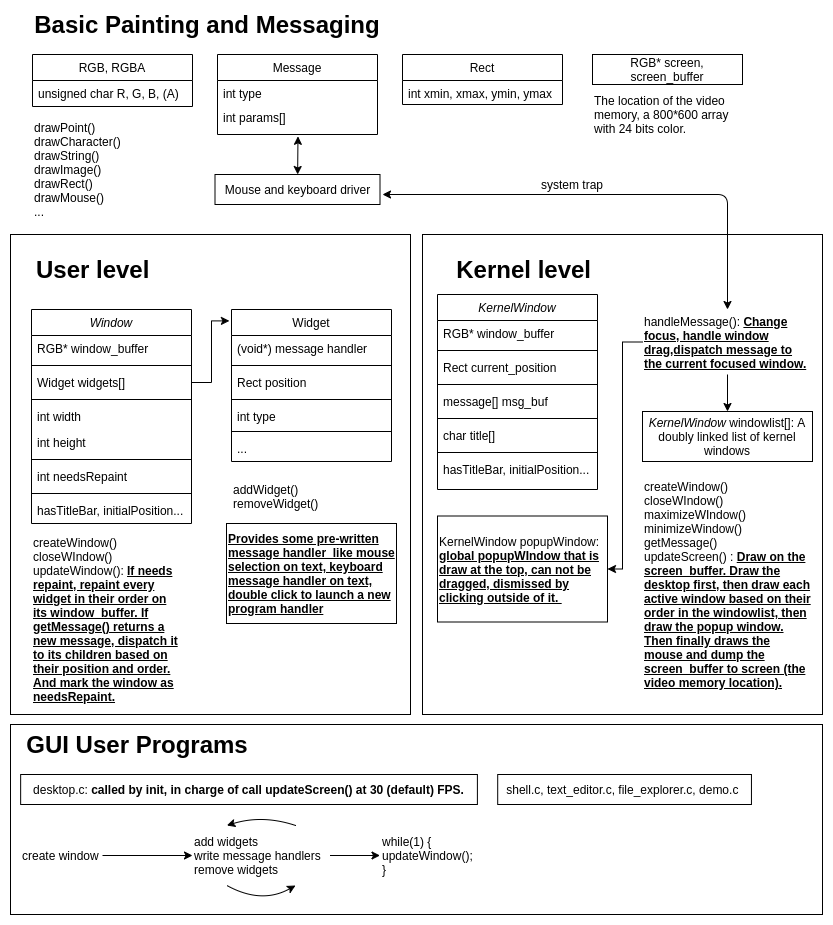
This is xv6_gui_architecture.png from jinyanghk/xv6-gui, a draw.io export, as it was before one commit. Source tidied: cells renumbered, new cells last; positions are measured from the earlier drawing's top-left corner, leaving out a move shared by most shapes.
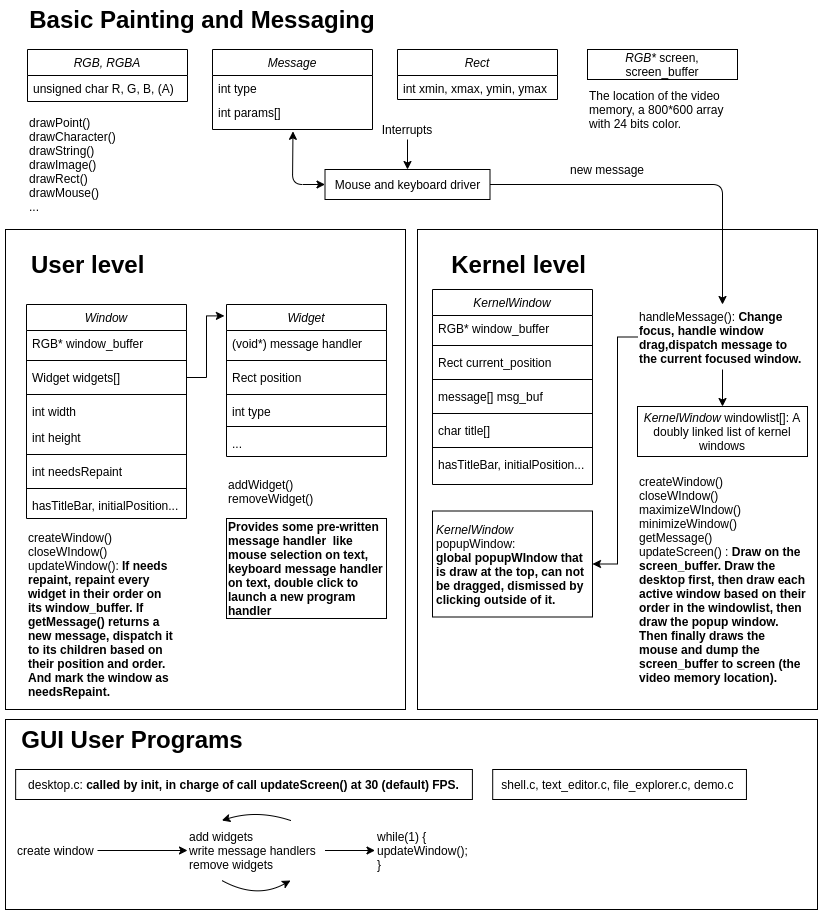
After the commit.

Diff of the diagram source:
```diff
@@ -11,13 +11,13 @@
     <mxCell id="4" value="&lt;font style=&quot;font-size: 24px&quot;&gt;&lt;b&gt;Kernel level&amp;nbsp;&lt;/b&gt;&lt;/font&gt;" style="text;html=1;strokeColor=none;fillColor=none;align=center;verticalAlign=middle;whiteSpace=wrap;rounded=0;" parent="1" vertex="1">
       <mxGeometry x="442" y="245" width="150" height="20" as="geometry" />
     </mxCell>
-    <mxCell id="5" value="RGB* screen, screen_buffer" style="rounded=0;whiteSpace=wrap;html=1;" parent="1" vertex="1">
+    <mxCell id="5" value="&lt;i&gt;RGB*&lt;/i&gt; screen, screen_buffer" style="rounded=0;whiteSpace=wrap;html=1;" parent="1" vertex="1">
       <mxGeometry x="582" y="40" width="150" height="30" as="geometry" />
     </mxCell>
     <mxCell id="6" value="&lt;font style=&quot;font-size: 24px&quot;&gt;&lt;b&gt;Basic Painting and Messaging&lt;/b&gt;&lt;/font&gt;" style="text;html=1;strokeColor=none;fillColor=none;align=center;verticalAlign=middle;whiteSpace=wrap;rounded=0;" parent="1" vertex="1">
       <mxGeometry x="12" width="370" height="20" as="geometry" />
     </mxCell>
-    <mxCell id="7" value="RGB, RGBA" style="swimlane;fontStyle=0;align=center;verticalAlign=top;horizontal=1;startSize=26;rounded=0;shadow=0;strokeWidth=1;" parent="1" vertex="1">
+    <mxCell id="7" value="RGB, RGBA" style="swimlane;fontStyle=2;align=center;verticalAlign=top;horizontal=1;startSize=26;rounded=0;shadow=0;strokeWidth=1;" parent="1" vertex="1">
       <mxGeometry x="22" y="40" width="160" height="52" as="geometry" />
     </mxCell>
     <mxCell id="8" value="unsigned char R, G, B, (A)" style="text;align=left;verticalAlign=top;spacingLeft=4;spacingRight=4;overflow=hidden;" parent="7" vertex="1">
@@ -26,7 +26,7 @@
     <mxCell id="9" value="&lt;font&gt;drawPoint()&lt;br&gt;drawCharacter()&lt;br&gt;drawString()&lt;br&gt;drawImage()&lt;br&gt;drawRect()&lt;br&gt;drawMouse()&lt;br&gt;...&lt;br&gt;&lt;/font&gt;" style="text;html=1;strokeColor=none;fillColor=none;align=left;verticalAlign=middle;whiteSpace=wrap;rounded=0;" parent="1" vertex="1">
       <mxGeometry x="22" y="100" width="130" height="110" as="geometry" />
     </mxCell>
-    <mxCell id="10" value="Message" style="swimlane;fontStyle=0;align=center;verticalAlign=top;horizontal=1;startSize=26;rounded=0;shadow=0;strokeWidth=1;" parent="1" vertex="1">
+    <mxCell id="10" value="Message" style="swimlane;fontStyle=2;align=center;verticalAlign=top;horizontal=1;startSize=26;rounded=0;shadow=0;strokeWidth=1;" parent="1" vertex="1">
       <mxGeometry x="207" y="40" width="160" height="80" as="geometry" />
     </mxCell>
     <mxCell id="11" value="int type" style="text;align=left;verticalAlign=top;spacingLeft=4;spacingRight=4;overflow=hidden;" parent="10" vertex="1">
@@ -35,17 +35,18 @@
     <mxCell id="12" value="int params[]" style="text;align=left;verticalAlign=top;spacingLeft=4;spacingRight=4;overflow=hidden;points=[[0,0.5],[1,0.5]];portConstraint=eastwest;" parent="10" vertex="1">
       <mxGeometry y="50" width="160" height="30" as="geometry" />
     </mxCell>
-    <mxCell id="13" value="Rect" style="swimlane;fontStyle=0;align=center;verticalAlign=top;horizontal=1;startSize=26;rounded=0;shadow=0;strokeWidth=1;" parent="1" vertex="1">
+    <mxCell id="13" value="Rect" style="swimlane;fontStyle=2;align=center;verticalAlign=top;horizontal=1;startSize=26;rounded=0;shadow=0;strokeWidth=1;" parent="1" vertex="1">
       <mxGeometry x="392" y="40" width="160" height="50" as="geometry" />
     </mxCell>
     <mxCell id="14" value="int xmin, xmax, ymin, ymax" style="text;align=left;verticalAlign=top;spacingLeft=4;spacingRight=4;overflow=hidden;" parent="13" vertex="1">
       <mxGeometry y="26" width="160" height="24" as="geometry" />
     </mxCell>
-    <mxCell id="15" value="Mouse and keyboard driver" style="rounded=0;whiteSpace=wrap;html=1;" parent="1" vertex="1">
-      <mxGeometry x="204.5" y="160" width="165" height="30" as="geometry" />
-    </mxCell>
     <mxCell id="16" style="endArrow=classic;startArrow=classic;html=1;entryX=0.503;entryY=1.061;entryDx=0;entryDy=0;entryPerimeter=0;" parent="1" edge="1" source="15" target="12">
-      <mxGeometry relative="1" as="geometry" />
+      <mxGeometry relative="1" as="geometry">
+        <Array as="points">
+          <mxPoint x="287" y="175" />
+        </Array>
+      </mxGeometry>
     </mxCell>
     <mxCell id="17" value="The location of the video memory, a 800*600 array with 24 bits color." style="text;html=1;strokeColor=none;fillColor=none;align=left;verticalAlign=middle;whiteSpace=wrap;rounded=0;" parent="1" vertex="1">
       <mxGeometry x="582" y="70" width="150" height="60" as="geometry" />
@@ -64,22 +65,19 @@
         </Array>
       </mxGeometry>
     </mxCell>
-    <mxCell id="21" value="&lt;div&gt;handleMessage(): &lt;b&gt;&lt;u&gt;C&lt;/u&gt;&lt;/b&gt;&lt;b&gt;&lt;u&gt;hange focus, handle window drag,dispatch message to the current focused window.&lt;/u&gt;&lt;/b&gt;&lt;/div&gt;" style="text;html=1;strokeColor=none;fillColor=none;align=left;verticalAlign=middle;whiteSpace=wrap;rounded=0;" parent="1" vertex="1">
+    <mxCell id="21" value="&lt;div&gt;handleMessage(): &lt;b&gt;C&lt;/b&gt;&lt;b&gt;hange focus, handle window drag,dispatch message to the current focused window.&lt;/b&gt;&lt;/div&gt;" style="text;html=1;strokeColor=none;fillColor=none;align=left;verticalAlign=middle;whiteSpace=wrap;rounded=0;" parent="1" vertex="1">
       <mxGeometry x="632" y="295" width="170" height="65" as="geometry" />
     </mxCell>
-    <mxCell id="22" style="endArrow=classic;startArrow=classic;html=1;exitX=0.5;exitY=0;exitDx=0;exitDy=0;" parent="1" edge="1" source="21">
+    <mxCell id="22" style="endArrow=classic;startArrow=classic;html=1;exitX=0.5;exitY=0;exitDx=0;exitDy=0;" parent="1" edge="1" source="15">
       <mxGeometry relative="1" as="geometry">
         <mxPoint x="372" y="180" as="targetPoint" />
-        <Array as="points">
-          <mxPoint x="717" y="180" />
-        </Array>
       </mxGeometry>
     </mxCell>
-    <mxCell id="23" value="&lt;font&gt;&lt;font style=&quot;font-size: 12px&quot;&gt;createWindow()&lt;br&gt;closeWIndow()&lt;br&gt;maximizeWIndow()&lt;br&gt;&lt;/font&gt;minimizeWindow()&lt;br&gt;getMessage()&lt;br&gt;updateScreen() : &lt;b&gt;&lt;u&gt;Draw on the screen_buffer. Draw the desktop first, then draw each active window based on their order in the windowlist, then draw the popup window. Then finally draws the mouse and dump the screen_buffer to screen (the video memory location).&lt;/u&gt;&lt;/b&gt;&lt;br&gt;&lt;/font&gt;" style="text;html=1;strokeColor=none;fillColor=none;align=left;verticalAlign=middle;whiteSpace=wrap;rounded=0;" parent="1" vertex="1">
+    <mxCell id="23" value="&lt;font&gt;&lt;font style=&quot;font-size: 12px&quot;&gt;createWindow()&lt;br&gt;closeWIndow()&lt;br&gt;maximizeWIndow()&lt;br&gt;&lt;/font&gt;minimizeWindow()&lt;br&gt;getMessage()&lt;br&gt;updateScreen() : &lt;b&gt;Draw on the screen_buffer. Draw the desktop first, then draw each active window based on their order in the windowlist, then draw the popup window. Then finally draws the mouse and dump the screen_buffer to screen (the video memory location).&lt;/b&gt;&lt;br&gt;&lt;/font&gt;" style="text;html=1;strokeColor=none;fillColor=none;align=left;verticalAlign=middle;whiteSpace=wrap;rounded=0;" parent="1" vertex="1">
       <mxGeometry x="632" y="460" width="170" height="220" as="geometry" />
     </mxCell>
-    <mxCell id="24" value="KernelWindow popupWindow:&lt;br&gt;&lt;b&gt;&lt;u&gt;global popupWIndow that is draw at the top, can not be dragged, dismissed by clicking outside of it.&amp;nbsp;&lt;/u&gt;&lt;/b&gt;" style="rounded=0;whiteSpace=wrap;html=1;align=left;" parent="1" vertex="1">
-      <mxGeometry x="427" y="501.5" width="170" height="106" as="geometry" />
+    <mxCell id="24" value="&lt;i&gt;KernelWindow&lt;/i&gt; popupWindow:&lt;br&gt;&lt;b&gt;global popupWIndow that is draw at the top, can not be dragged, dismissed by clicking outside of it.&amp;nbsp;&lt;/b&gt;" style="rounded=0;whiteSpace=wrap;html=1;align=left;spacingLeft=2;" parent="1" vertex="1">
+      <mxGeometry x="427" y="501.5" width="160" height="106" as="geometry" />
     </mxCell>
     <mxCell id="25" value="KernelWindow" style="swimlane;fontStyle=2;align=center;verticalAlign=top;horizontal=1;startSize=26;rounded=0;shadow=0;strokeWidth=1;" parent="1" vertex="1">
       <mxGeometry x="427" y="280" width="160" height="195" as="geometry" />
@@ -120,7 +118,7 @@
     <mxCell id="37" value="&lt;font style=&quot;font-size: 24px&quot;&gt;&lt;b&gt;User level&amp;nbsp;&lt;/b&gt;&lt;/font&gt;" style="text;html=1;strokeColor=none;fillColor=none;align=center;verticalAlign=middle;whiteSpace=wrap;rounded=0;" parent="35" vertex="1">
       <mxGeometry x="11" y="25" width="150" height="20" as="geometry" />
     </mxCell>
-    <mxCell id="38" value="&lt;font&gt;&lt;font style=&quot;font-size: 12px&quot;&gt;createWindow()&lt;br&gt;closeWIndow()&lt;br&gt;updateWindow(): &lt;u&gt;&lt;b&gt;If needs repaint, repaint every widget in their order on its window_buffer. If getMessage() returns a new message, dispatch it to its children based on their position and order. And mark the window as needsRepaint.&lt;/b&gt;&lt;/u&gt;&lt;/font&gt;&lt;br&gt;&lt;/font&gt;" style="text;html=1;strokeColor=none;fillColor=none;align=left;verticalAlign=middle;whiteSpace=wrap;rounded=0;" parent="35" vertex="1">
+    <mxCell id="38" value="&lt;font&gt;&lt;font style=&quot;font-size: 12px&quot;&gt;createWindow()&lt;br&gt;closeWIndow()&lt;br&gt;&lt;div&gt;&lt;span&gt;updateWindow(): &lt;/span&gt;&lt;b&gt;If needs repaint, repaint every widget in their order on its window_buffer. If getMessage() returns a new message, dispatch it to its children based on their position and order. And mark the window as needsRepaint.&lt;/b&gt;&lt;/div&gt;&lt;/font&gt;&lt;/font&gt;" style="text;html=1;strokeColor=none;fillColor=none;align=left;verticalAlign=middle;whiteSpace=wrap;rounded=0;" parent="35" vertex="1">
       <mxGeometry x="21" y="310" width="150" height="150" as="geometry" />
     </mxCell>
     <mxCell id="39" value="&lt;font style=&quot;font-size: 12px&quot;&gt;addWidget()&lt;br&gt;removeWidget()&lt;/font&gt;" style="text;html=1;strokeColor=none;fillColor=none;align=left;verticalAlign=middle;whiteSpace=wrap;rounded=0;" parent="35" vertex="1">
@@ -159,7 +157,7 @@
     <mxCell id="50" value="hasTitleBar, initialPosition..." style="text;align=left;verticalAlign=top;spacingLeft=4;spacingRight=4;overflow=hidden;" parent="40" vertex="1">
       <mxGeometry y="188" width="160" height="26" as="geometry" />
     </mxCell>
-    <mxCell id="51" value="Widget" style="swimlane;fontStyle=0;align=center;verticalAlign=top;horizontal=1;startSize=26;rounded=0;shadow=0;strokeWidth=1;" parent="35" vertex="1">
+    <mxCell id="51" value="Widget" style="swimlane;fontStyle=2;align=center;verticalAlign=top;horizontal=1;startSize=26;rounded=0;shadow=0;strokeWidth=1;" parent="35" vertex="1">
       <mxGeometry x="221" y="75" width="160" height="152" as="geometry" />
     </mxCell>
     <mxCell id="52" value="(void*) message handler" style="text;align=left;verticalAlign=top;spacingLeft=4;spacingRight=4;overflow=hidden;" parent="51" vertex="1">
@@ -186,11 +184,11 @@
     <mxCell id="59" style="edgeStyle=orthogonalEdgeStyle;rounded=0;jettySize=auto;html=1;entryX=-0.013;entryY=0.075;entryDx=0;entryDy=0;entryPerimeter=0;" parent="35" edge="1" source="43" target="51">
       <mxGeometry relative="1" as="geometry" />
     </mxCell>
-    <mxCell id="60" value="&lt;b&gt;&lt;u&gt;Provides some pre-written message handler&amp;nbsp; like mouse selection on text, keyboard message handler on text, double click to launch a new program handler&lt;/u&gt;&lt;/b&gt;" style="rounded=0;whiteSpace=wrap;html=1;align=left;" parent="35" vertex="1">
-      <mxGeometry x="216" y="289" width="170" height="100" as="geometry" />
+    <mxCell id="60" value="&lt;div&gt;&lt;b&gt;Provides some pre-written message handler&amp;nbsp; like mouse selection on text, keyboard message handler on text, double click to launch a new program handler&lt;/b&gt;&lt;/div&gt;" style="rounded=0;whiteSpace=wrap;html=1;align=left;" parent="35" vertex="1">
+      <mxGeometry x="221" y="289" width="160" height="100" as="geometry" />
     </mxCell>
-    <mxCell id="61" value="system trap" style="text;html=1;strokeColor=none;fillColor=none;align=center;verticalAlign=middle;whiteSpace=wrap;rounded=0;" parent="1" vertex="1">
-      <mxGeometry x="522" y="160" width="80" height="20" as="geometry" />
+    <mxCell id="61" value="new message" style="text;html=1;strokeColor=none;fillColor=none;align=center;verticalAlign=middle;whiteSpace=wrap;rounded=0;" parent="1" vertex="1">
+      <mxGeometry x="562" y="150" width="80" height="20" as="geometry" />
     </mxCell>
     <mxCell id="62" style="rounded=0;whiteSpace=wrap;html=1;" parent="1" vertex="1">
       <mxGeometry y="710" width="812" height="190" as="geometry" />
@@ -237,5 +235,21 @@
         </Array>
       </mxGeometry>
     </mxCell>
+    <mxCell id="15" value="Mouse and keyboard driver" style="rounded=0;whiteSpace=wrap;html=1;" parent="1" vertex="1">
+      <mxGeometry x="319.5" y="160" width="165" height="30" as="geometry" />
+    </mxCell>
+    <mxCell id="74" value="Interrupts" style="text;html=1;strokeColor=none;fillColor=none;align=center;verticalAlign=middle;whiteSpace=wrap;rounded=0;" parent="1" vertex="1">
+      <mxGeometry x="382" y="110" width="40" height="20" as="geometry" />
+    </mxCell>
+    <mxCell id="75" style="endArrow=classic;html=1;exitX=0.5;exitY=1;exitDx=0;exitDy=0;entryX=0.5;entryY=0;entryDx=0;entryDy=0;" parent="1" edge="1" source="74" target="15">
+      <mxGeometry relative="1" as="geometry" />
+    </mxCell>
+    <mxCell id="76" style="endArrow=classic;html=1;exitX=1;exitY=0.5;exitDx=0;exitDy=0;entryX=0.5;entryY=0;entryDx=0;entryDy=0;" parent="1" edge="1" source="15" target="21">
+      <mxGeometry relative="1" as="geometry">
+        <Array as="points">
+          <mxPoint x="717" y="175" />
+        </Array>
+      </mxGeometry>
+    </mxCell>
   </root>
 </mxGraphModel>
```
